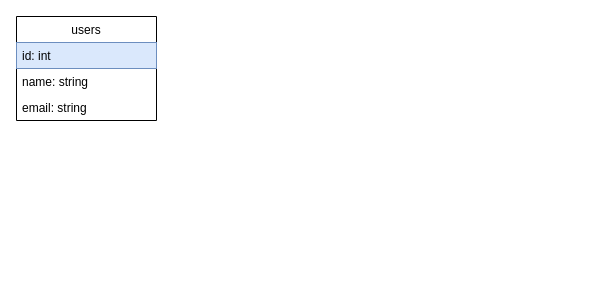
Before: Todo list.drawio in oseeshogun/todo_list, a draw.io diagram. Source tidied: cells renumbered, new cells numbered last; positions are measured from the earlier drawing's top-left corner, leaving out a move shared by most shapes. Both pictures are drawn from the tidied source at 100%, with x=0, y=0 at pixel (16, 16).
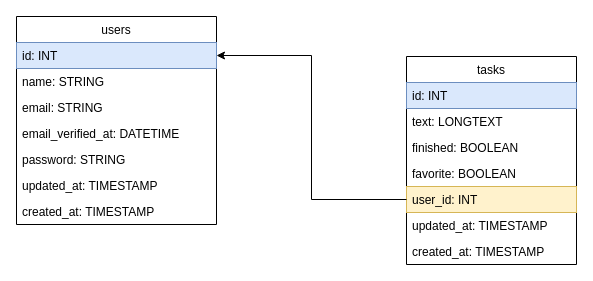
The same page after the edit.

Commit message:
Mise à jour Todo list.drawio

What changed in the source:
```diff
@@
 <mxGraphModel>
   <root>
     <mxCell id="0" />
     <mxCell id="1" parent="0" />
     <mxCell id="2" value="users" style="swimlane;fontStyle=0;horizontal=1;startSize=26;fillColor=none;" parent="1" vertex="1">
-      <mxGeometry width="140" height="104" as="geometry" />
+      <mxGeometry width="200" height="208" as="geometry" />
     </mxCell>
-    <mxCell id="3" value="id: int" style="text;strokeColor=#6c8ebf;fillColor=#dae8fc;align=left;verticalAlign=top;spacingLeft=4;spacingRight=4;overflow=hidden;points=[[0,0.5],[1,0.5]];portConstraint=eastwest;" parent="2" vertex="1">
-      <mxGeometry y="26" width="140" height="26" as="geometry" />
+    <mxCell id="3" value="id: INT" style="text;strokeColor=#6c8ebf;fillColor=#dae8fc;align=left;verticalAlign=top;spacingLeft=4;spacingRight=4;overflow=hidden;points=[[0,0.5],[1,0.5]];portConstraint=eastwest;" parent="2" vertex="1">
+      <mxGeometry y="26" width="200" height="26" as="geometry" />
     </mxCell>
-    <mxCell id="4" value="name: string" style="text;strokeColor=none;fillColor=none;align=left;verticalAlign=top;spacingLeft=4;spacingRight=4;overflow=hidden;" parent="2" vertex="1">
-      <mxGeometry y="52" width="140" height="26" as="geometry" />
+    <mxCell id="4" value="name: STRING" style="text;strokeColor=none;fillColor=none;align=left;verticalAlign=top;spacingLeft=4;spacingRight=4;overflow=hidden;" parent="2" vertex="1">
+      <mxGeometry y="52" width="200" height="26" as="geometry" />
     </mxCell>
-    <mxCell id="5" value="email: string" style="text;strokeColor=none;fillColor=none;align=left;verticalAlign=top;spacingLeft=4;spacingRight=4;overflow=hidden;" parent="2" vertex="1">
-      <mxGeometry y="78" width="140" height="26" as="geometry" />
+    <mxCell id="5" value="email: STRING" style="text;strokeColor=none;fillColor=none;align=left;verticalAlign=top;spacingLeft=4;spacingRight=4;overflow=hidden;" parent="2" vertex="1">
+      <mxGeometry y="78" width="200" height="26" as="geometry" />
     </mxCell>
+    <mxCell id="6" value="email_verified_at: DATETIME" style="text;strokeColor=none;fillColor=none;align=left;verticalAlign=top;spacingLeft=4;spacingRight=4;overflow=hidden;" parent="2" vertex="1">
+      <mxGeometry y="104" width="200" height="26" as="geometry" />
+    </mxCell>
+    <mxCell id="7" value="password: STRING" style="text;strokeColor=none;fillColor=none;align=left;verticalAlign=top;spacingLeft=4;spacingRight=4;overflow=hidden;" parent="2" vertex="1">
+      <mxGeometry y="130" width="200" height="26" as="geometry" />
+    </mxCell>
+    <mxCell id="8" value="updated_at: TIMESTAMP" style="text;strokeColor=none;fillColor=none;align=left;verticalAlign=top;spacingLeft=4;spacingRight=4;overflow=hidden;" parent="2" vertex="1">
+      <mxGeometry y="156" width="200" height="26" as="geometry" />
+    </mxCell>
+    <mxCell id="9" value="created_at: TIMESTAMP" style="text;strokeColor=none;fillColor=none;align=left;verticalAlign=top;spacingLeft=4;spacingRight=4;overflow=hidden;" parent="2" vertex="1">
+      <mxGeometry y="182" width="200" height="26" as="geometry" />
+    </mxCell>
+    <mxCell id="10" value="tasks" style="swimlane;fontStyle=0;horizontal=1;startSize=26;fillColor=none;" parent="1" vertex="1">
+      <mxGeometry x="390" y="40" width="170" height="208" as="geometry" />
+    </mxCell>
+    <mxCell id="11" value="id: INT" style="text;strokeColor=#6c8ebf;fillColor=#dae8fc;align=left;verticalAlign=top;spacingLeft=4;spacingRight=4;overflow=hidden;" parent="10" vertex="1">
+      <mxGeometry y="26" width="170" height="26" as="geometry" />
+    </mxCell>
+    <mxCell id="12" value="text: LONGTEXT" style="text;strokeColor=none;fillColor=none;align=left;verticalAlign=top;spacingLeft=4;spacingRight=4;overflow=hidden;" parent="10" vertex="1">
+      <mxGeometry y="52" width="170" height="26" as="geometry" />
+    </mxCell>
+    <mxCell id="13" value="finished: BOOLEAN" style="text;strokeColor=none;fillColor=none;align=left;verticalAlign=top;spacingLeft=4;spacingRight=4;overflow=hidden;" parent="10" vertex="1">
+      <mxGeometry y="78" width="170" height="26" as="geometry" />
+    </mxCell>
+    <mxCell id="14" value="favorite: BOOLEAN" style="text;strokeColor=none;fillColor=none;align=left;verticalAlign=top;spacingLeft=4;spacingRight=4;overflow=hidden;" parent="10" vertex="1">
+      <mxGeometry y="104" width="170" height="26" as="geometry" />
+    </mxCell>
+    <mxCell id="15" value="user_id: INT" style="text;strokeColor=#d6b656;fillColor=#fff2cc;align=left;verticalAlign=top;spacingLeft=4;spacingRight=4;overflow=hidden;points=[[0,0.5],[1,0.5]];portConstraint=eastwest;" parent="10" vertex="1">
+      <mxGeometry y="130" width="170" height="26" as="geometry" />
+    </mxCell>
+    <mxCell id="16" value="updated_at: TIMESTAMP" style="text;align=left;verticalAlign=top;spacingLeft=4;spacingRight=4;overflow=hidden;" parent="10" vertex="1">
+      <mxGeometry y="156" width="170" height="26" as="geometry" />
+    </mxCell>
+    <mxCell id="17" value="created_at: TIMESTAMP" style="text;align=left;verticalAlign=top;spacingLeft=4;spacingRight=4;overflow=hidden;" parent="10" vertex="1">
+      <mxGeometry y="182" width="170" height="26" as="geometry" />
+    </mxCell>
+    <mxCell id="18" style="edgeStyle=orthogonalEdgeStyle;rounded=0;jettySize=auto;html=1;entryX=1;entryY=0.5;entryDx=0;entryDy=0;" parent="1" edge="1" source="15" target="3">
+      <mxGeometry relative="1" as="geometry" />
+    </mxCell>
   </root>
 </mxGraphModel>
```
